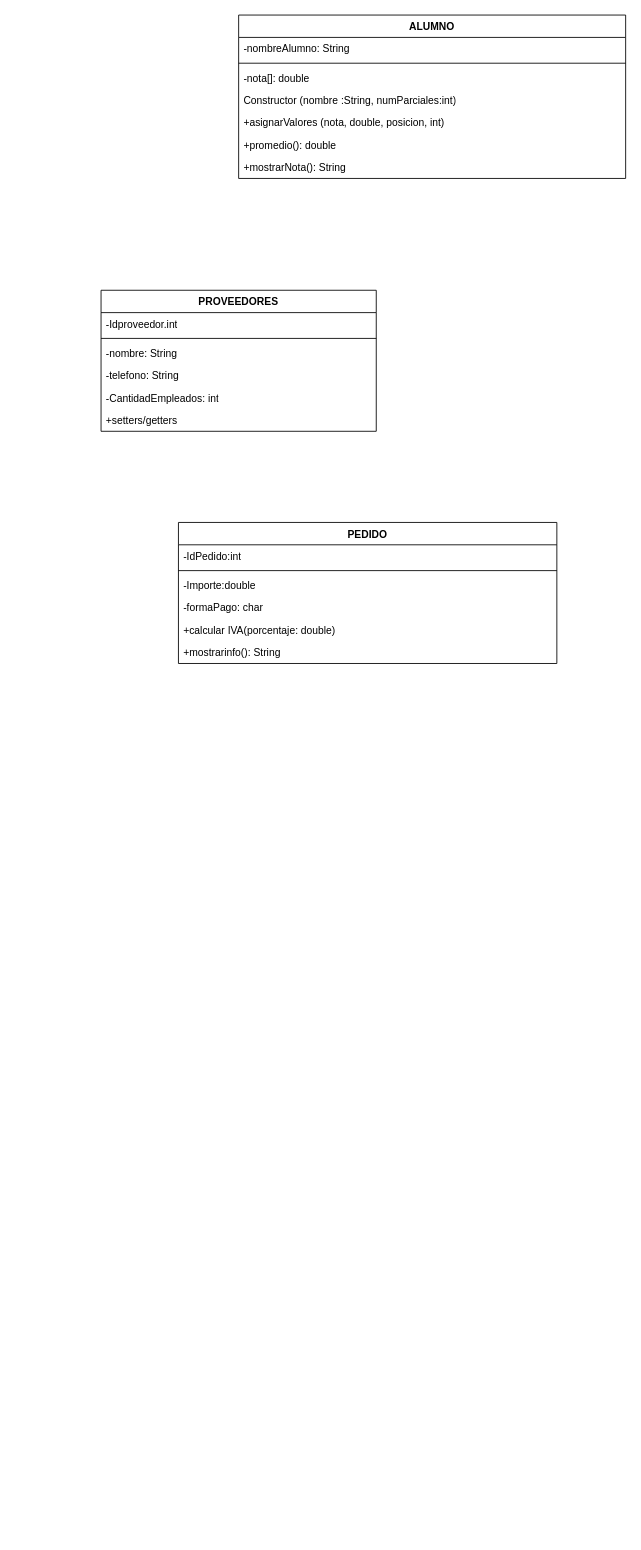
Tzveta44/OctubreBuclesString keeps this draw.io diagram as Diagrama sin título.drawio. Above is the earlier version. Source tidied: cells renumbered, new cells numbered last; positions are measured from the earlier drawing's top-left corner, leaving out a move shared by most shapes. Both pictures are drawn from the tidied source at 86%, with x=0, y=0 at pixel (101, 15).
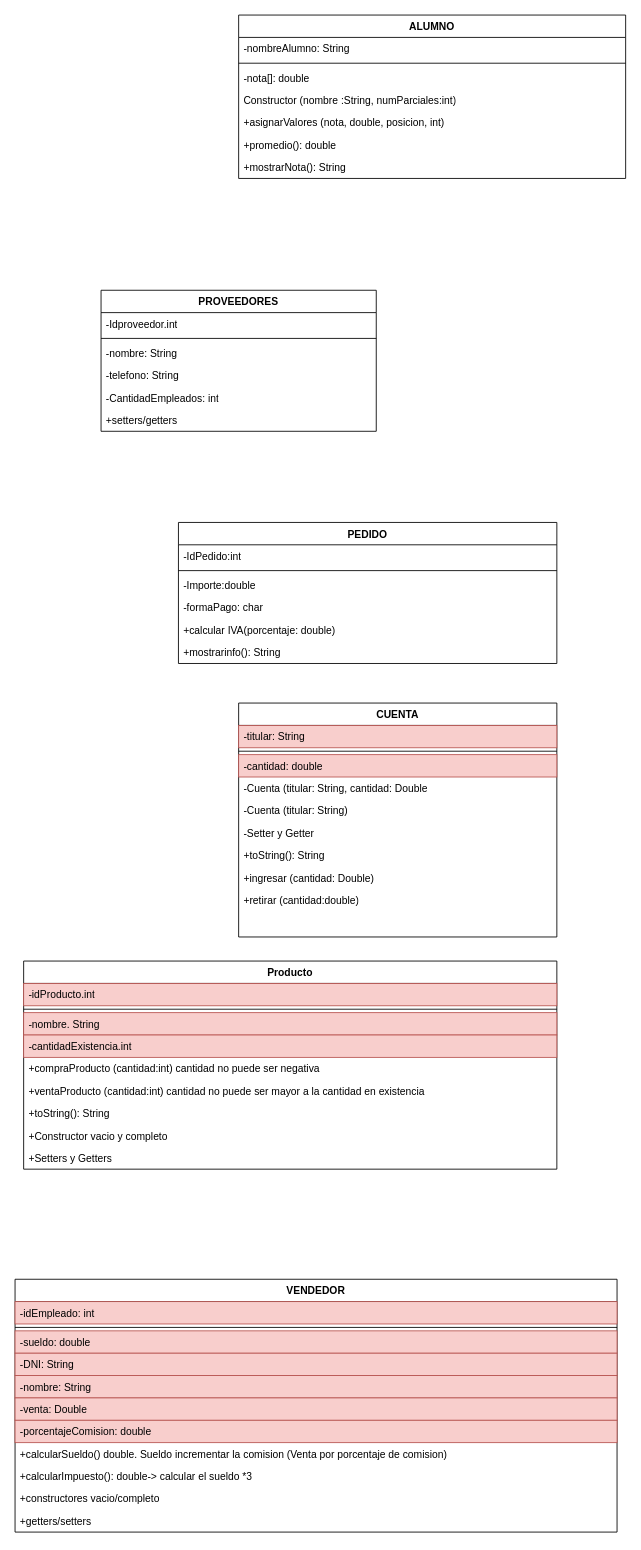
Above is the later version.

The edit, as a diff of the source:
```diff
@@
+    <mxCell id="24" value="CUENTA" style="swimlane;fontStyle=1;align=center;verticalAlign=top;horizontal=1;startSize=26;whiteSpace=wrap;html=1;" parent="1" vertex="1">
+      <mxGeometry x="160" y="800" width="370" height="272" as="geometry" />
+    </mxCell>
+    <mxCell id="25" value="-titular: String" style="text;strokeColor=#b85450;fillColor=#f8cecc;align=left;verticalAlign=top;spacingLeft=4;spacingRight=4;overflow=hidden;whiteSpace=wrap;html=1;" parent="24" vertex="1">
+      <mxGeometry y="26" width="370" height="26" as="geometry" />
+    </mxCell>
+    <mxCell id="26" style="line;strokeWidth=1;fillColor=none;align=left;verticalAlign=middle;spacingTop=-1;spacingLeft=3;spacingRight=3;labelPosition=right;strokeColor=inherit;" parent="24" vertex="1">
+      <mxGeometry y="52" width="370" height="8" as="geometry" />
+    </mxCell>
+    <mxCell id="27" value="-cantidad: double" style="text;strokeColor=#b85450;fillColor=#f8cecc;align=left;verticalAlign=top;spacingLeft=4;spacingRight=4;overflow=hidden;whiteSpace=wrap;html=1;" parent="24" vertex="1">
+      <mxGeometry y="60" width="370" height="26" as="geometry" />
+    </mxCell>
+    <mxCell id="28" value="-Cuenta (titular: String, cantidad: Double" style="text;strokeColor=none;fillColor=none;align=left;verticalAlign=top;spacingLeft=4;spacingRight=4;overflow=hidden;whiteSpace=wrap;html=1;" parent="24" vertex="1">
+      <mxGeometry y="86" width="370" height="26" as="geometry" />
+    </mxCell>
+    <mxCell id="29" value="-Cuenta (titular: String)&lt;br&gt;" style="text;strokeColor=none;fillColor=none;align=left;verticalAlign=top;spacingLeft=4;spacingRight=4;overflow=hidden;whiteSpace=wrap;html=1;" parent="24" vertex="1">
+      <mxGeometry y="112" width="370" height="26" as="geometry" />
+    </mxCell>
+    <mxCell id="30" value="-Setter y Getter&lt;br&gt;" style="text;strokeColor=none;fillColor=none;align=left;verticalAlign=top;spacingLeft=4;spacingRight=4;overflow=hidden;whiteSpace=wrap;html=1;" parent="24" vertex="1">
+      <mxGeometry y="138" width="370" height="26" as="geometry" />
+    </mxCell>
+    <mxCell id="31" value="+toString(): String" style="text;strokeColor=none;fillColor=none;align=left;verticalAlign=top;spacingLeft=4;spacingRight=4;overflow=hidden;whiteSpace=wrap;html=1;" parent="24" vertex="1">
+      <mxGeometry y="164" width="370" height="26" as="geometry" />
+    </mxCell>
+    <mxCell id="32" value="+ingresar (cantidad: Double)" style="text;strokeColor=none;fillColor=none;align=left;verticalAlign=top;spacingLeft=4;spacingRight=4;overflow=hidden;whiteSpace=wrap;html=1;" parent="24" vertex="1">
+      <mxGeometry y="190" width="370" height="26" as="geometry" />
+    </mxCell>
+    <mxCell id="33" value="+retirar (cantidad:double)" style="text;strokeColor=none;fillColor=none;align=left;verticalAlign=top;spacingLeft=4;spacingRight=4;overflow=hidden;whiteSpace=wrap;html=1;" parent="24" vertex="1">
+      <mxGeometry y="216" width="370" height="56" as="geometry" />
+    </mxCell>
+    <mxCell id="34" value="Producto" style="swimlane;fontStyle=1;align=center;verticalAlign=top;horizontal=1;startSize=26;whiteSpace=wrap;html=1;" parent="1" vertex="1">
+      <mxGeometry x="-90" y="1100" width="620" height="242" as="geometry" />
+    </mxCell>
+    <mxCell id="35" value="-idProducto.int" style="text;strokeColor=#b85450;fillColor=#f8cecc;align=left;verticalAlign=top;spacingLeft=4;spacingRight=4;overflow=hidden;whiteSpace=wrap;html=1;" parent="34" vertex="1">
+      <mxGeometry y="26" width="620" height="26" as="geometry" />
+    </mxCell>
+    <mxCell id="36" style="line;strokeWidth=1;fillColor=none;align=left;verticalAlign=middle;spacingTop=-1;spacingLeft=3;spacingRight=3;labelPosition=right;strokeColor=inherit;" parent="34" vertex="1">
+      <mxGeometry y="52" width="620" height="8" as="geometry" />
+    </mxCell>
+    <mxCell id="37" value="-nombre. String" style="text;strokeColor=#b85450;fillColor=#f8cecc;align=left;verticalAlign=top;spacingLeft=4;spacingRight=4;overflow=hidden;whiteSpace=wrap;html=1;" parent="34" vertex="1">
+      <mxGeometry y="60" width="620" height="26" as="geometry" />
+    </mxCell>
+    <mxCell id="38" value="-cantidadExistencia.int" style="text;strokeColor=#b85450;fillColor=#f8cecc;align=left;verticalAlign=top;spacingLeft=4;spacingRight=4;overflow=hidden;whiteSpace=wrap;html=1;" parent="34" vertex="1">
+      <mxGeometry y="86" width="620" height="26" as="geometry" />
+    </mxCell>
+    <mxCell id="39" value="+compraProducto (cantidad:int) cantidad no puede ser negativa" style="text;strokeColor=none;fillColor=none;align=left;verticalAlign=top;spacingLeft=4;spacingRight=4;overflow=hidden;whiteSpace=wrap;html=1;" parent="34" vertex="1">
+      <mxGeometry y="112" width="620" height="26" as="geometry" />
+    </mxCell>
+    <mxCell id="40" value="+ventaProducto (cantidad:int) cantidad no puede ser mayor a la cantidad en existencia" style="text;strokeColor=none;fillColor=none;align=left;verticalAlign=top;spacingLeft=4;spacingRight=4;overflow=hidden;whiteSpace=wrap;html=1;" parent="34" vertex="1">
+      <mxGeometry y="138" width="620" height="26" as="geometry" />
+    </mxCell>
+    <mxCell id="41" value="+toString(): String&lt;br&gt;" style="text;strokeColor=none;fillColor=none;align=left;verticalAlign=top;spacingLeft=4;spacingRight=4;overflow=hidden;whiteSpace=wrap;html=1;" parent="34" vertex="1">
+      <mxGeometry y="164" width="620" height="26" as="geometry" />
+    </mxCell>
+    <mxCell id="42" value="+Constructor vacio y completo" style="text;strokeColor=none;fillColor=none;align=left;verticalAlign=top;spacingLeft=4;spacingRight=4;overflow=hidden;whiteSpace=wrap;html=1;" parent="34" vertex="1">
+      <mxGeometry y="190" width="620" height="26" as="geometry" />
+    </mxCell>
+    <mxCell id="43" value="+Setters y Getters" style="text;strokeColor=none;fillColor=none;align=left;verticalAlign=top;spacingLeft=4;spacingRight=4;overflow=hidden;whiteSpace=wrap;html=1;" parent="34" vertex="1">
+      <mxGeometry y="216" width="620" height="26" as="geometry" />
+    </mxCell>
+    <mxCell id="44" value="VENDEDOR" style="swimlane;fontStyle=1;align=center;verticalAlign=top;horizontal=1;startSize=26;whiteSpace=wrap;html=1;" parent="1" vertex="1">
+      <mxGeometry x="-100" y="1470" width="700" height="294" as="geometry" />
+    </mxCell>
+    <mxCell id="45" value="-idEmpleado: int" style="text;strokeColor=#b85450;fillColor=#f8cecc;align=left;verticalAlign=top;spacingLeft=4;spacingRight=4;overflow=hidden;whiteSpace=wrap;html=1;" parent="44" vertex="1">
+      <mxGeometry y="26" width="700" height="26" as="geometry" />
+    </mxCell>
+    <mxCell id="46" style="line;strokeWidth=1;fillColor=none;align=left;verticalAlign=middle;spacingTop=-1;spacingLeft=3;spacingRight=3;labelPosition=right;strokeColor=inherit;" parent="44" vertex="1">
+      <mxGeometry y="52" width="700" height="8" as="geometry" />
+    </mxCell>
+    <mxCell id="47" value="-sueldo: double" style="text;strokeColor=#b85450;fillColor=#f8cecc;align=left;verticalAlign=top;spacingLeft=4;spacingRight=4;overflow=hidden;whiteSpace=wrap;html=1;" parent="44" vertex="1">
+      <mxGeometry y="60" width="700" height="26" as="geometry" />
+    </mxCell>
+    <mxCell id="48" value="-DNI: String" style="text;strokeColor=#b85450;fillColor=#f8cecc;align=left;verticalAlign=top;spacingLeft=4;spacingRight=4;overflow=hidden;whiteSpace=wrap;html=1;" parent="44" vertex="1">
+      <mxGeometry y="86" width="700" height="26" as="geometry" />
+    </mxCell>
+    <mxCell id="49" value="-nombre: String" style="text;strokeColor=#b85450;fillColor=#f8cecc;align=left;verticalAlign=top;spacingLeft=4;spacingRight=4;overflow=hidden;whiteSpace=wrap;html=1;" parent="44" vertex="1">
+      <mxGeometry y="112" width="700" height="26" as="geometry" />
+    </mxCell>
+    <mxCell id="50" value="-venta: Double" style="text;strokeColor=#b85450;fillColor=#f8cecc;align=left;verticalAlign=top;spacingLeft=4;spacingRight=4;overflow=hidden;whiteSpace=wrap;html=1;" parent="44" vertex="1">
+      <mxGeometry y="138" width="700" height="26" as="geometry" />
+    </mxCell>
+    <mxCell id="51" value="-porcentajeComision: double" style="text;strokeColor=#b85450;fillColor=#f8cecc;align=left;verticalAlign=top;spacingLeft=4;spacingRight=4;overflow=hidden;whiteSpace=wrap;html=1;" parent="44" vertex="1">
+      <mxGeometry y="164" width="700" height="26" as="geometry" />
+    </mxCell>
+    <mxCell id="52" value="+calcularSueldo() double. Sueldo incrementar la comision (Venta por porcentaje de comision)" style="text;strokeColor=none;fillColor=none;align=left;verticalAlign=top;spacingLeft=4;spacingRight=4;overflow=hidden;whiteSpace=wrap;html=1;" parent="44" vertex="1">
+      <mxGeometry y="190" width="700" height="26" as="geometry" />
+    </mxCell>
+    <mxCell id="53" value="+calcularImpuesto(): double-&amp;gt; calcular el sueldo *3" style="text;strokeColor=none;fillColor=none;align=left;verticalAlign=top;spacingLeft=4;spacingRight=4;overflow=hidden;whiteSpace=wrap;html=1;" parent="44" vertex="1">
+      <mxGeometry y="216" width="700" height="26" as="geometry" />
+    </mxCell>
+    <mxCell id="54" value="+constructores vacio/completo" style="text;strokeColor=none;fillColor=none;align=left;verticalAlign=top;spacingLeft=4;spacingRight=4;overflow=hidden;whiteSpace=wrap;html=1;" parent="44" vertex="1">
+      <mxGeometry y="242" width="700" height="26" as="geometry" />
+    </mxCell>
+    <mxCell id="55" value="+getters/setters" style="text;strokeColor=none;fillColor=none;align=left;verticalAlign=top;spacingLeft=4;spacingRight=4;overflow=hidden;whiteSpace=wrap;html=1;" parent="44" vertex="1">
+      <mxGeometry y="268" width="700" height="26" as="geometry" />
+    </mxCell>
```
